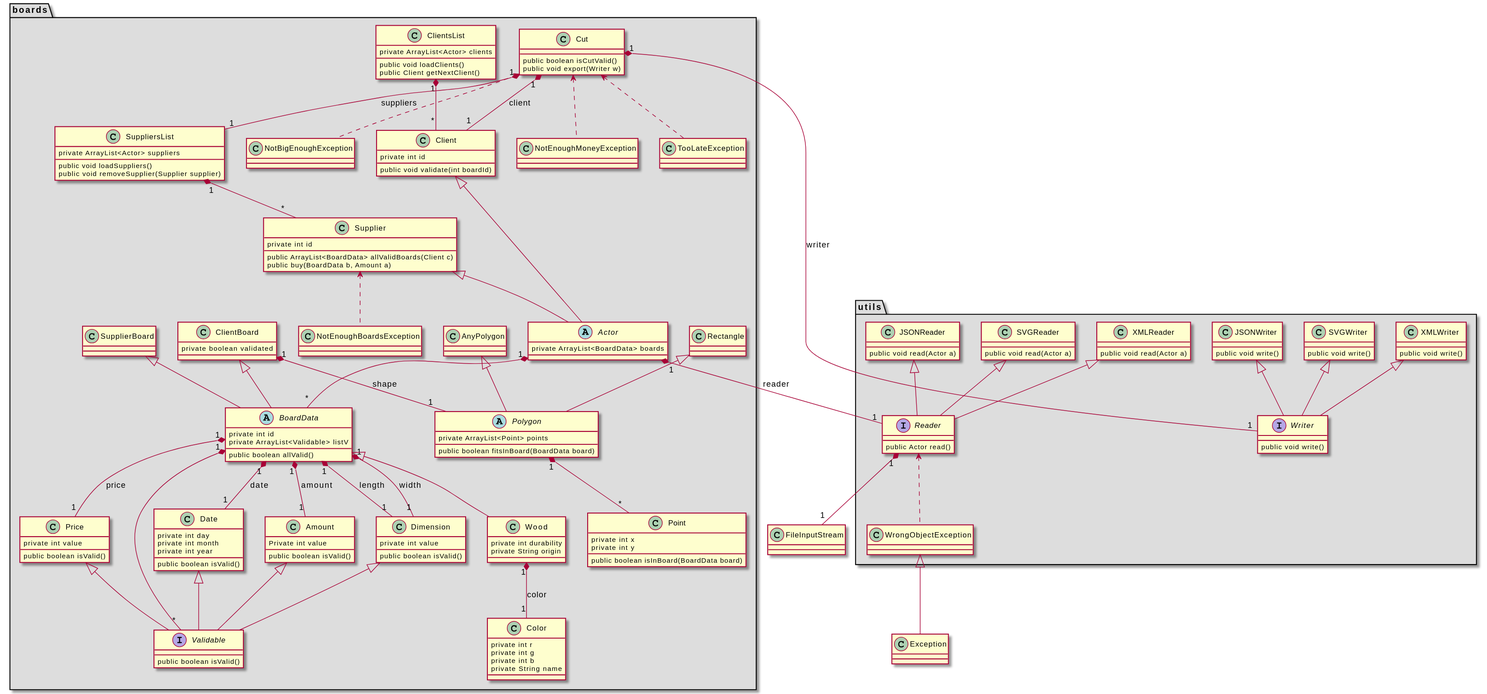
Alexandre-enseirb/PG220 keeps this PlantUML diagram as Diagramme UML.svg. Above is the earlier version.
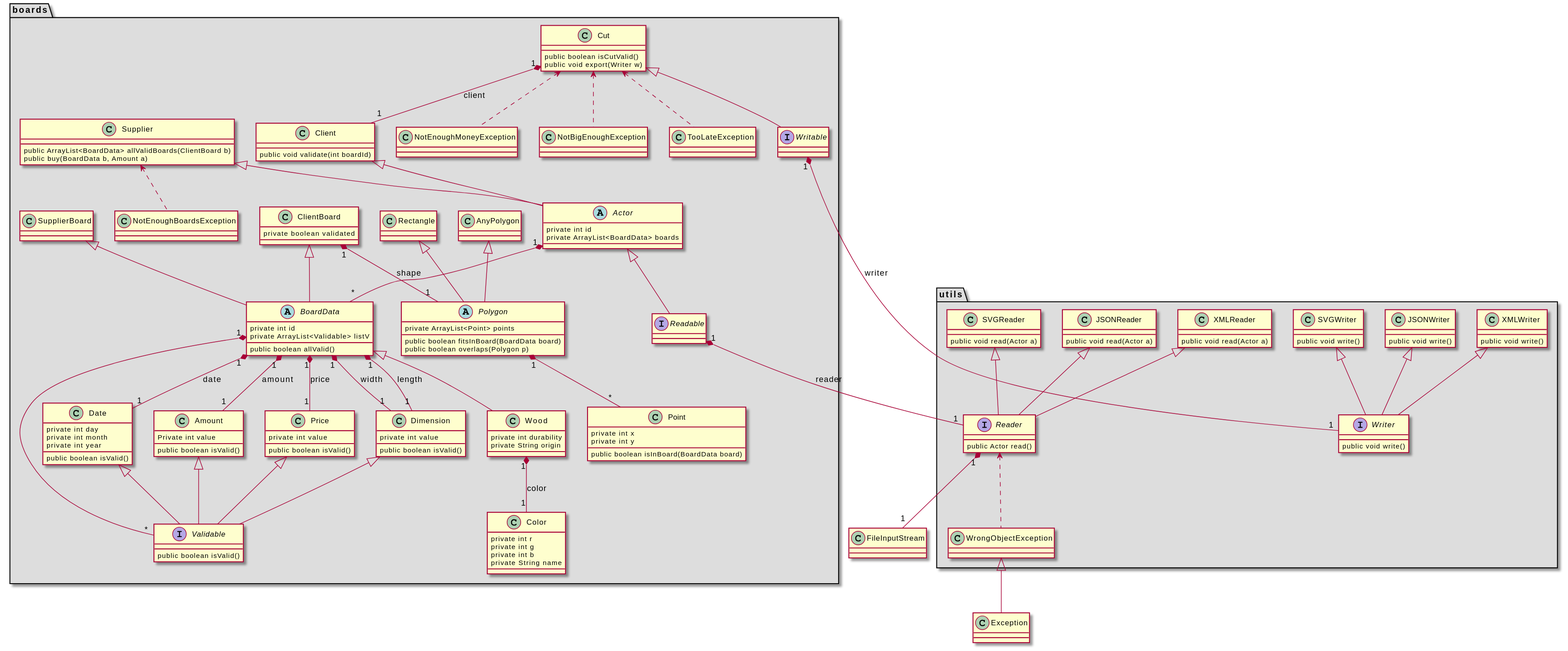
The same file after the commit.

Diff of the diagram source:
```diff
@@ -2,6 +2,14 @@
 package boards #DDDDDD{
 	interface Validable{
 		public boolean isValid()
+	}
+
+	interface Readable{
+
+	}
+
+	interface Writable{
+
 	}
 
 	class Price{
@@ -22,6 +30,7 @@
 	abstract Polygon{
 		private ArrayList<Point> points
 		public boolean fitsInBoard(BoardData board)
+		public boolean overlaps(Polygon p)
 	}
 
 	class AnyPolygon{
@@ -49,6 +58,7 @@
 		private int day
 		private int month
 		private int year
+
 		public boolean isValid()
 	}
 
@@ -72,31 +82,20 @@
 	}
 
 	abstract Actor{
+		private int id
 		private ArrayList<BoardData> boards
 	}
 
 	class Client{
-		private int id
+
 		public void validate(int boardId)
 	}
 
 	class Supplier{
-		private int id
-		public ArrayList<BoardData> allValidBoards(Client c)
+		public ArrayList<BoardData> allValidBoards(ClientBoard b)
 		public buy(BoardData b, Amount a)
 	}
 
-	class ClientsList{
-		private ArrayList<Actor> clients
-		public void loadClients()
-		public Client getNextClient()
-	}
-
-	class SuppliersList{
-		private ArrayList<Actor> suppliers
-		public void loadSuppliers()
-		public void removeSupplier(Supplier supplier)
-	}
 
 	class Cut{
 		public boolean isCutValid()
@@ -203,9 +202,6 @@
 Client   <|-- Actor
 Supplier <|-- Actor
 
-ClientsList   "1" *-- "*" Client
-SuppliersList "1" *-- "*" Supplier
-
 XMLWriter  <|-- Writer
 SVGWriter  <|-- Writer
 JSONWriter <|-- Writer
@@ -222,9 +218,11 @@
 Cut <..         NotEnoughMoneyException
 Cut <..         TooLateException
 Cut <..         NotBigEnoughException
-Cut "1" *-- "1" SuppliersList : suppliers
 Cut "1" *-- "1" Client : client
-Cut "1" *-- "1" Writer : writer
+Cut <|--        Writable
 
-Actor "1" *-- "1" Reader : reader
+Writable "1" *-- "1" Writer : writer
+Readable "1" *-- "1" Reader : reader
+
+Actor <|-- Readable
 @enduml
```
